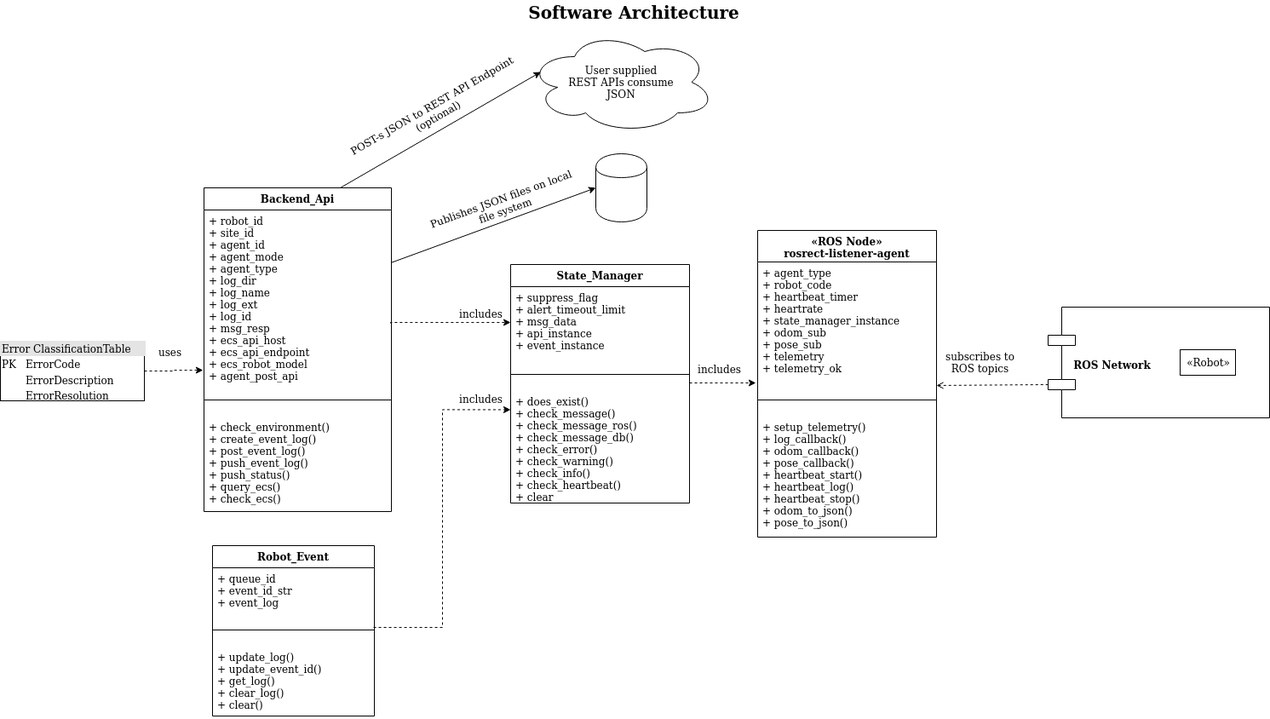
ros-industrial/error_resolution_diagnoser_ros2 keeps this draw.io diagram as docs/images/LowLevelSWArch.png. Above is the earlier version. Source tidied: cells renumbered, new cells last; positions are measured from the earlier drawing's top-left corner, leaving out a move shared by most shapes.
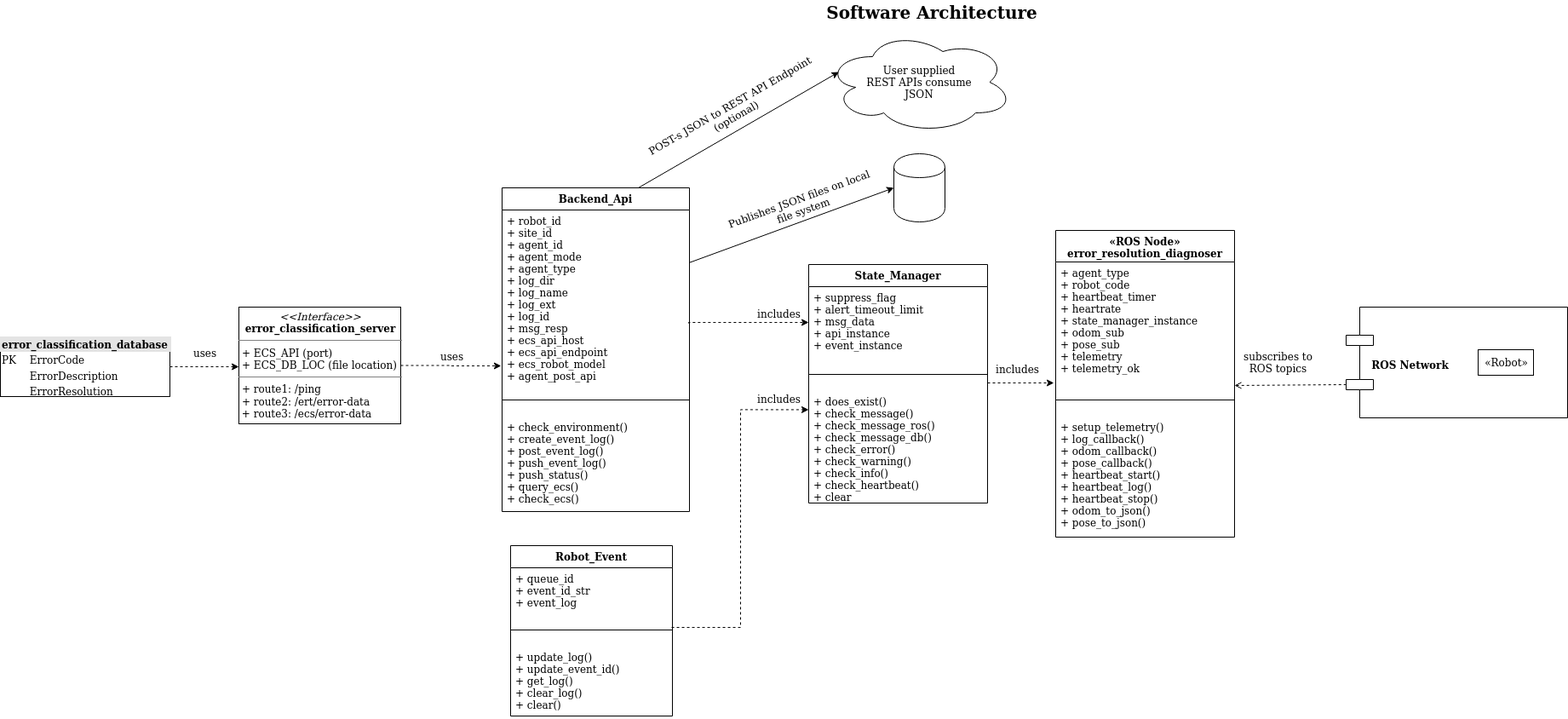
Above is the later version.

Diff of the diagram source:
```diff
@@ -36,14 +36,16 @@
     <mxCell id="8" value="&lt;font style=&quot;font-size: 12px&quot;&gt;includes&lt;/font&gt;" style="text;html=1;align=center;verticalAlign=middle;fontSize=20;" parent="1" vertex="1">
       <mxGeometry x="809" y="415" width="70" height="30" as="geometry" />
     </mxCell>
-    <mxCell id="9" style="edgeStyle=orthogonalEdgeStyle;rounded=0;jettySize=auto;html=1;dashed=1;fontSize=20;entryX=-0.005;entryY=0.922;entryDx=0;entryDy=0;entryPerimeter=0;" parent="1" edge="1" source="10" target="27">
-      <mxGeometry relative="1" as="geometry" />
+    <mxCell id="9" style="edgeStyle=orthogonalEdgeStyle;rounded=0;jettySize=auto;html=1;dashed=1;fontSize=20;entryX=0;entryY=0.5;entryDx=0;entryDy=0;" parent="1" edge="1" source="10">
+      <mxGeometry relative="1" as="geometry">
+        <mxPoint x="-70" y="430" as="targetPoint" />
+      </mxGeometry>
     </mxCell>
-    <mxCell id="10" value="&lt;div style=&quot;box-sizing: border-box ; width: 100% ; background: rgb(228 , 228 , 228) ; padding: 2px ; font-size: 12px&quot;&gt;&lt;font style=&quot;font-size: 12px&quot;&gt;Error ClassificationTable&lt;/font&gt;&lt;/div&gt;&lt;table style=&quot;width: 100% ; font-size: 12px&quot; cellspacing=&quot;0&quot; cellpadding=&quot;2&quot;&gt;&lt;tbody&gt;&lt;tr&gt;&lt;td&gt;PK&lt;/td&gt;&lt;td&gt;ErrorCode&lt;/td&gt;&lt;/tr&gt;&lt;tr&gt;&lt;td&gt;&lt;br&gt;&lt;/td&gt;&lt;td&gt;ErrorDescription&lt;br&gt;&lt;/td&gt;&lt;/tr&gt;&lt;tr&gt;&lt;td&gt;&lt;br&gt;&lt;/td&gt;&lt;td&gt;ErrorResolution&lt;/td&gt;&lt;/tr&gt;&lt;tr&gt;&lt;td&gt;&lt;br&gt;&lt;/td&gt;&lt;td&gt;&lt;br&gt;&lt;/td&gt;&lt;/tr&gt;&lt;/tbody&gt;&lt;/table&gt;" style="verticalAlign=top;align=left;overflow=fill;html=1;fontSize=20;" parent="1" vertex="1">
-      <mxGeometry y="400" width="169" height="70" as="geometry" />
+    <mxCell id="10" value="&lt;div style=&quot;box-sizing: border-box ; width: 100% ; background: rgb(228 , 228 , 228) ; padding: 2px ; font-size: 12px&quot;&gt;&lt;b&gt;error_classification_database&lt;/b&gt;&lt;/div&gt;&lt;table style=&quot;width: 100% ; font-size: 12px&quot; cellspacing=&quot;0&quot; cellpadding=&quot;2&quot;&gt;&lt;tbody&gt;&lt;tr&gt;&lt;td&gt;PK&lt;/td&gt;&lt;td&gt;ErrorCode&lt;/td&gt;&lt;/tr&gt;&lt;tr&gt;&lt;td&gt;&lt;br&gt;&lt;/td&gt;&lt;td&gt;ErrorDescription&lt;br&gt;&lt;/td&gt;&lt;/tr&gt;&lt;tr&gt;&lt;td&gt;&lt;br&gt;&lt;/td&gt;&lt;td&gt;ErrorResolution&lt;/td&gt;&lt;/tr&gt;&lt;tr&gt;&lt;td&gt;&lt;br&gt;&lt;/td&gt;&lt;td&gt;&lt;br&gt;&lt;/td&gt;&lt;/tr&gt;&lt;/tbody&gt;&lt;/table&gt;" style="verticalAlign=top;align=left;overflow=fill;html=1;fontSize=20;" parent="1" vertex="1">
+      <mxGeometry x="-350" y="395" width="199" height="70" as="geometry" />
     </mxCell>
     <mxCell id="11" value="&lt;font style=&quot;font-size: 12px&quot;&gt;uses&lt;/font&gt;" style="text;html=1;align=center;verticalAlign=middle;fontSize=20;" parent="1" vertex="1">
-      <mxGeometry x="179" y="395" width="40" height="30" as="geometry" />
+      <mxGeometry x="-130" y="396" width="40" height="30" as="geometry" />
     </mxCell>
     <mxCell id="12" style="group;" parent="1" vertex="1">
       <mxGeometry x="1230" y="360" width="260" height="130" as="geometry" />
@@ -129,7 +131,7 @@
     <mxCell id="37" value="+ update_log()&#10;+ update_event_id()&#10;+ get_log()&#10;+ clear_log()&#10;+ clear()&#10;" style="text;strokeColor=none;fillColor=none;align=left;verticalAlign=top;spacingLeft=4;spacingRight=4;overflow=hidden;" parent="34" vertex="1">
       <mxGeometry y="118" width="190" height="82" as="geometry" />
     </mxCell>
-    <mxCell id="38" value="«ROS Node»&#10;rosrect-listener-agent" style="swimlane;fontStyle=1;align=center;verticalAlign=top;horizontal=1;startSize=37;" parent="1" vertex="1">
+    <mxCell id="38" value="«ROS Node»&#10;error_resolution_diagnoser" style="swimlane;fontStyle=1;align=center;verticalAlign=top;horizontal=1;startSize=37;" parent="1" vertex="1">
       <mxGeometry x="889" y="270" width="210" height="360" as="geometry" />
     </mxCell>
     <mxCell id="39" value="+ agent_type&#10;+ robot_code&#10;+ heartbeat_timer&#10;+ heartrate&#10;+ state_manager_instance&#10;+ odom_sub&#10;+ pose_sub&#10;+ telemetry&#10;+ telemetry_ok" style="text;strokeColor=none;fillColor=none;align=left;verticalAlign=top;spacingLeft=4;spacingRight=4;overflow=hidden;points=[[0,0.5],[1,0.5]];portConstraint=eastwest;" parent="38" vertex="1">
@@ -141,5 +143,14 @@
     <mxCell id="41" value="+ setup_telemetry()&#10;+ log_callback()&#10;+ odom_callback()&#10;+ pose_callback()&#10;+ heartbeat_start()&#10;+ heartbeat_log()&#10;+ heartbeat_stop()&#10;+ odom_to_json()&#10;+ pose_to_json()&#10;&#10;" style="text;strokeColor=none;fillColor=none;align=left;verticalAlign=top;spacingLeft=4;spacingRight=4;overflow=hidden;" parent="38" vertex="1">
       <mxGeometry y="218" width="210" height="142" as="geometry" />
     </mxCell>
+    <mxCell id="42" value="&lt;p style=&quot;margin: 0px ; margin-top: 4px ; text-align: center&quot;&gt;&lt;i&gt;&amp;lt;&amp;lt;Interface&amp;gt;&amp;gt;&lt;/i&gt;&lt;br&gt;&lt;b&gt;error_classification_server&lt;/b&gt;&lt;/p&gt;&lt;hr size=&quot;1&quot;&gt;&lt;p style=&quot;margin: 0px ; margin-left: 4px&quot;&gt;+ ECS_API (port)&lt;br&gt;+ ECS_DB_LOC (file location)&lt;br&gt;&lt;/p&gt;&lt;hr size=&quot;1&quot;&gt;&lt;p style=&quot;margin: 0px ; margin-left: 4px&quot;&gt;+ route1: /ping&lt;br&gt;+ route2: /ert/error-data&lt;/p&gt;&amp;nbsp;+ route3: /ecs/error-data" style="verticalAlign=top;align=left;overflow=fill;fontSize=12;fontFamily=Helvetica;html=1;" parent="1" vertex="1">
+      <mxGeometry x="-70" y="360" width="190" height="137" as="geometry" />
+    </mxCell>
+    <mxCell id="43" style="edgeStyle=orthogonalEdgeStyle;rounded=0;jettySize=auto;html=1;dashed=1;fontSize=20;entryX=-0.005;entryY=0.897;entryDx=0;entryDy=0;exitX=1;exitY=0.5;exitDx=0;exitDy=0;entryPerimeter=0;" parent="1" edge="1" source="42" target="27">
+      <mxGeometry relative="1" as="geometry" />
+    </mxCell>
+    <mxCell id="44" value="&lt;font style=&quot;font-size: 12px&quot;&gt;uses&lt;/font&gt;" style="text;html=1;align=center;verticalAlign=middle;fontSize=20;" parent="1" vertex="1">
+      <mxGeometry x="160" y="400" width="40" height="30" as="geometry" />
+    </mxCell>
   </root>
 </mxGraphModel>
```
